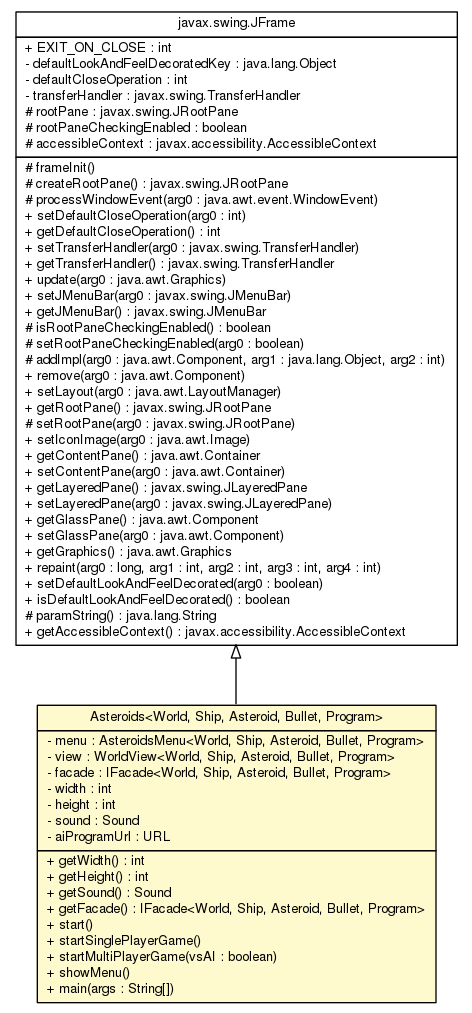
Above: doc/main/Asteroids.png in sinopeus/asteroids (Graphviz), before the change. Its source is kept beside it as doc/main/Asteroids.dot.
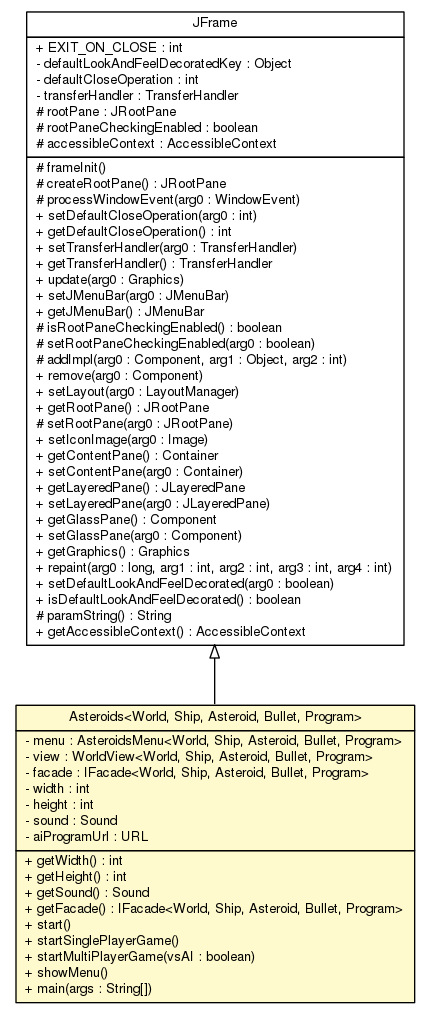
After the change.

What changed in the source:
```diff
@@ -32,48 +32,48 @@
 	c3641:p -> c3514:p [dir=back,arrowtail=empty];
 	c3641 [label=<<table title="javax.swing.JFrame" border="0" cellborder="1" cellspacing="0" cellpadding="2" port="p" href="http://java.sun.com/j2se/1.4.2/docs/api/javax/swing/JFrame.html">
 		<tr><td><table border="0" cellspacing="0" cellpadding="1">
-<tr><td align="center" balign="center"> javax.swing.JFrame </td></tr>
+<tr><td align="center" balign="center"> JFrame </td></tr>
 		</table></td></tr>
 		<tr><td><table border="0" cellspacing="0" cellpadding="1">
 <tr><td align="left" balign="left"> + EXIT_ON_CLOSE : int </td></tr>
-<tr><td align="left" balign="left"> - defaultLookAndFeelDecoratedKey : java.lang.Object </td></tr>
+<tr><td align="left" balign="left"> - defaultLookAndFeelDecoratedKey : Object </td></tr>
 <tr><td align="left" balign="left"> - defaultCloseOperation : int </td></tr>
-<tr><td align="left" balign="left"> - transferHandler : javax.swing.TransferHandler </td></tr>
-<tr><td align="left" balign="left"> # rootPane : javax.swing.JRootPane </td></tr>
+<tr><td align="left" balign="left"> - transferHandler : TransferHandler </td></tr>
+<tr><td align="left" balign="left"> # rootPane : JRootPane </td></tr>
 <tr><td align="left" balign="left"> # rootPaneCheckingEnabled : boolean </td></tr>
-<tr><td align="left" balign="left"> # accessibleContext : javax.accessibility.AccessibleContext </td></tr>
+<tr><td align="left" balign="left"> # accessibleContext : AccessibleContext </td></tr>
 		</table></td></tr>
 		<tr><td><table border="0" cellspacing="0" cellpadding="1">
 <tr><td align="left" balign="left"> # frameInit() </td></tr>
-<tr><td align="left" balign="left"> # createRootPane() : javax.swing.JRootPane </td></tr>
-<tr><td align="left" balign="left"> # processWindowEvent(arg0 : java.awt.event.WindowEvent) </td></tr>
+<tr><td align="left" balign="left"> # createRootPane() : JRootPane </td></tr>
+<tr><td align="left" balign="left"> # processWindowEvent(arg0 : WindowEvent) </td></tr>
 <tr><td align="left" balign="left"> + setDefaultCloseOperation(arg0 : int) </td></tr>
 <tr><td align="left" balign="left"> + getDefaultCloseOperation() : int </td></tr>
-<tr><td align="left" balign="left"> + setTransferHandler(arg0 : javax.swing.TransferHandler) </td></tr>
-<tr><td align="left" balign="left"> + getTransferHandler() : javax.swing.TransferHandler </td></tr>
-<tr><td align="left" balign="left"> + update(arg0 : java.awt.Graphics) </td></tr>
-<tr><td align="left" balign="left"> + setJMenuBar(arg0 : javax.swing.JMenuBar) </td></tr>
-<tr><td align="left" balign="left"> + getJMenuBar() : javax.swing.JMenuBar </td></tr>
+<tr><td align="left" balign="left"> + setTransferHandler(arg0 : TransferHandler) </td></tr>
+<tr><td align="left" balign="left"> + getTransferHandler() : TransferHandler </td></tr>
+<tr><td align="left" balign="left"> + update(arg0 : Graphics) </td></tr>
+<tr><td align="left" balign="left"> + setJMenuBar(arg0 : JMenuBar) </td></tr>
+<tr><td align="left" balign="left"> + getJMenuBar() : JMenuBar </td></tr>
 <tr><td align="left" balign="left"> # isRootPaneCheckingEnabled() : boolean </td></tr>
 <tr><td align="left" balign="left"> # setRootPaneCheckingEnabled(arg0 : boolean) </td></tr>
-<tr><td align="left" balign="left"> # addImpl(arg0 : java.awt.Component, arg1 : java.lang.Object, arg2 : int) </td></tr>
-<tr><td align="left" balign="left"> + remove(arg0 : java.awt.Component) </td></tr>
-<tr><td align="left" balign="left"> + setLayout(arg0 : java.awt.LayoutManager) </td></tr>
-<tr><td align="left" balign="left"> + getRootPane() : javax.swing.JRootPane </td></tr>
-<tr><td align="left" balign="left"> # setRootPane(arg0 : javax.swing.JRootPane) </td></tr>
-<tr><td align="left" balign="left"> + setIconImage(arg0 : java.awt.Image) </td></tr>
-<tr><td align="left" balign="left"> + getContentPane() : java.awt.Container </td></tr>
-<tr><td align="left" balign="left"> + setContentPane(arg0 : java.awt.Container) </td></tr>
-<tr><td align="left" balign="left"> + getLayeredPane() : javax.swing.JLayeredPane </td></tr>
-<tr><td align="left" balign="left"> + setLayeredPane(arg0 : javax.swing.JLayeredPane) </td></tr>
-<tr><td align="left" balign="left"> + getGlassPane() : java.awt.Component </td></tr>
-<tr><td align="left" balign="left"> + setGlassPane(arg0 : java.awt.Component) </td></tr>
-<tr><td align="left" balign="left"> + getGraphics() : java.awt.Graphics </td></tr>
+<tr><td align="left" balign="left"> # addImpl(arg0 : Component, arg1 : Object, arg2 : int) </td></tr>
+<tr><td align="left" balign="left"> + remove(arg0 : Component) </td></tr>
+<tr><td align="left" balign="left"> + setLayout(arg0 : LayoutManager) </td></tr>
+<tr><td align="left" balign="left"> + getRootPane() : JRootPane </td></tr>
+<tr><td align="left" balign="left"> # setRootPane(arg0 : JRootPane) </td></tr>
+<tr><td align="left" balign="left"> + setIconImage(arg0 : Image) </td></tr>
+<tr><td align="left" balign="left"> + getContentPane() : Container </td></tr>
+<tr><td align="left" balign="left"> + setContentPane(arg0 : Container) </td></tr>
+<tr><td align="left" balign="left"> + getLayeredPane() : JLayeredPane </td></tr>
+<tr><td align="left" balign="left"> + setLayeredPane(arg0 : JLayeredPane) </td></tr>
+<tr><td align="left" balign="left"> + getGlassPane() : Component </td></tr>
+<tr><td align="left" balign="left"> + setGlassPane(arg0 : Component) </td></tr>
+<tr><td align="left" balign="left"> + getGraphics() : Graphics </td></tr>
 <tr><td align="left" balign="left"> + repaint(arg0 : long, arg1 : int, arg2 : int, arg3 : int, arg4 : int) </td></tr>
 <tr><td align="left" balign="left"> + setDefaultLookAndFeelDecorated(arg0 : boolean) </td></tr>
 <tr><td align="left" balign="left"> + isDefaultLookAndFeelDecorated() : boolean </td></tr>
-<tr><td align="left" balign="left"> # paramString() : java.lang.String </td></tr>
-<tr><td align="left" balign="left"> + getAccessibleContext() : javax.accessibility.AccessibleContext </td></tr>
+<tr><td align="left" balign="left"> # paramString() : String </td></tr>
+<tr><td align="left" balign="left"> + getAccessibleContext() : AccessibleContext </td></tr>
 		</table></td></tr>
 		</table>>, URL="http://java.sun.com/j2se/1.4.2/docs/api/javax/swing/JFrame.html", fontname="Helvetica", fontcolor="black", fontsize=10.0];
 }
```
